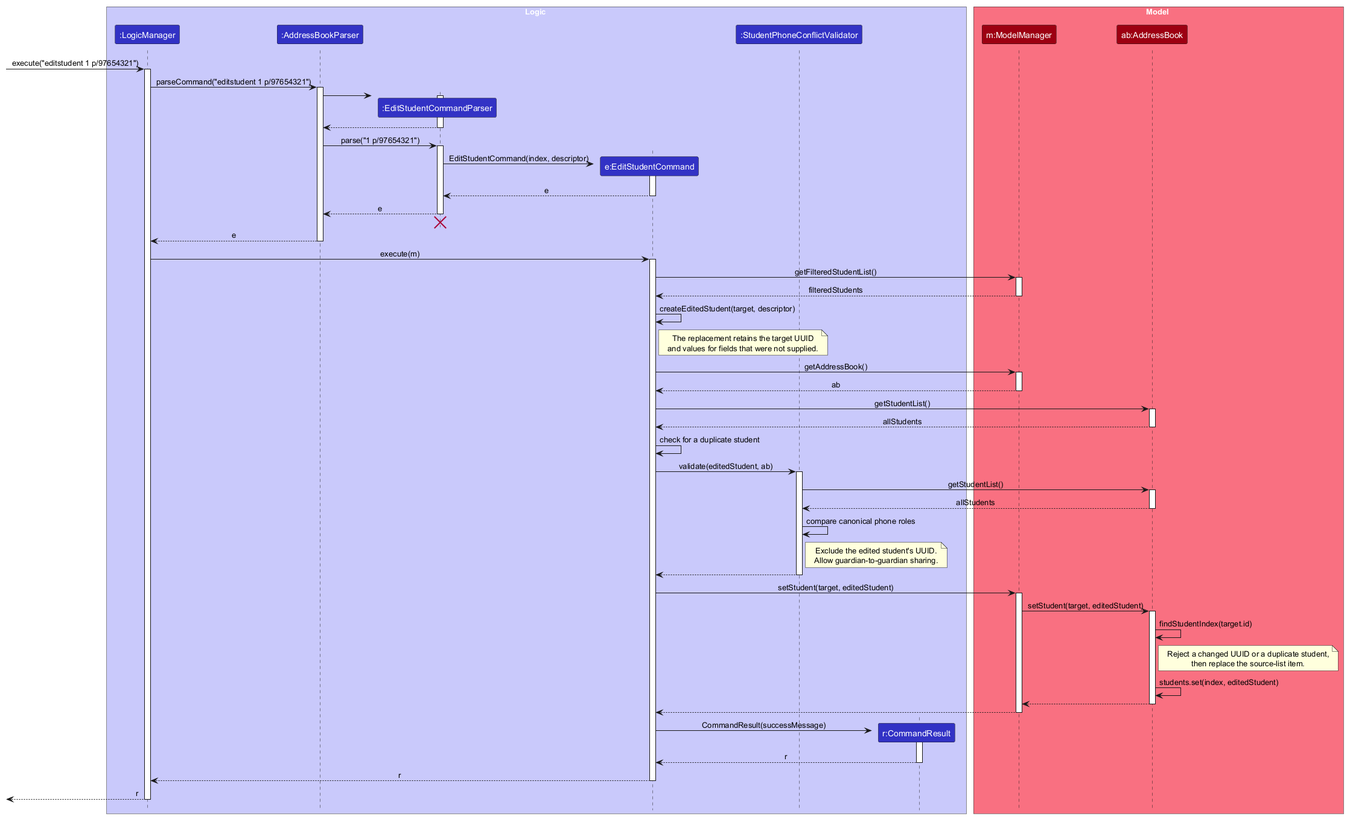
This is docs/images/EditStudentSequenceDiagram.png from AY2627S1-CS2103T-F13-1/tp, a PlantUML export, as it was before one commit. Its diagram source:
```plantuml
@startuml
!include style.puml
skinparam ArrowFontStyle plain

box Logic LOGIC_COLOR_T1
participant ":LogicManager" as LogicManager LOGIC_COLOR
participant ":AddressBookParser" as AddressBookParser LOGIC_COLOR
participant ":EditStudentCommandParser" as EditStudentCommandParser LOGIC_COLOR
participant "e:EditStudentCommand" as EditStudentCommand LOGIC_COLOR
participant ":StudentPhoneConflictValidator" as StudentPhoneConflictValidator LOGIC_COLOR
participant "r:CommandResult" as CommandResult LOGIC_COLOR
end box

box Model MODEL_COLOR_T1
participant "m:ModelManager" as ModelManager MODEL_COLOR
participant "ab:AddressBook" as AddressBook MODEL_COLOR
end box

[-> LogicManager : execute("editstudent 1 p/97654321")
activate LogicManager

LogicManager -> AddressBookParser : parseCommand("editstudent 1 p/97654321")
activate AddressBookParser

create EditStudentCommandParser
AddressBookParser -> EditStudentCommandParser
activate EditStudentCommandParser
EditStudentCommandParser --> AddressBookParser
deactivate EditStudentCommandParser

AddressBookParser -> EditStudentCommandParser : parse("1 p/97654321")
activate EditStudentCommandParser

create EditStudentCommand
EditStudentCommandParser -> EditStudentCommand : EditStudentCommand(index, descriptor)
activate EditStudentCommand
EditStudentCommand --> EditStudentCommandParser : e
deactivate EditStudentCommand

EditStudentCommandParser --> AddressBookParser : e
deactivate EditStudentCommandParser
EditStudentCommandParser -[hidden]-> AddressBookParser
destroy EditStudentCommandParser

AddressBookParser --> LogicManager : e
deactivate AddressBookParser

LogicManager -> EditStudentCommand : execute(m)
activate EditStudentCommand

EditStudentCommand -> ModelManager : getFilteredStudentList()
activate ModelManager
ModelManager --> EditStudentCommand : filteredStudents
deactivate ModelManager

EditStudentCommand -> EditStudentCommand : createEditedStudent(target, descriptor)
note right of EditStudentCommand
  The replacement retains the target UUID
  and values for fields that were not supplied.
end note

EditStudentCommand -> ModelManager : getAddressBook()
activate ModelManager
ModelManager --> EditStudentCommand : ab
deactivate ModelManager
EditStudentCommand -> AddressBook : getStudentList()
activate AddressBook
AddressBook --> EditStudentCommand : allStudents
deactivate AddressBook
EditStudentCommand -> EditStudentCommand : check for a duplicate student

EditStudentCommand -> StudentPhoneConflictValidator : validate(editedStudent, ab)
activate StudentPhoneConflictValidator
StudentPhoneConflictValidator -> AddressBook : getStudentList()
activate AddressBook
AddressBook --> StudentPhoneConflictValidator : allStudents
deactivate AddressBook
StudentPhoneConflictValidator -> StudentPhoneConflictValidator : compare canonical phone roles
note right of StudentPhoneConflictValidator
  Exclude the edited student's UUID.
  Allow guardian-to-guardian sharing.
end note
StudentPhoneConflictValidator --> EditStudentCommand
deactivate StudentPhoneConflictValidator

EditStudentCommand -> ModelManager : setStudent(target, editedStudent)
activate ModelManager
ModelManager -> AddressBook : setStudent(target, editedStudent)
activate AddressBook
AddressBook -> AddressBook : findStudentIndex(target.id)
note right of AddressBook
  Reject a changed UUID or a duplicate student,
  then replace the source-list item.
end note
AddressBook -> AddressBook : students.set(index, editedStudent)
AddressBook --> ModelManager
deactivate AddressBook
ModelManager --> EditStudentCommand
deactivate ModelManager

create CommandResult
EditStudentCommand -> CommandResult : CommandResult(successMessage)
activate CommandResult
CommandResult --> EditStudentCommand : r
deactivate CommandResult

EditStudentCommand --> LogicManager : r
deactivate EditStudentCommand

[<-- LogicManager : r
deactivate LogicManager
@enduml
```
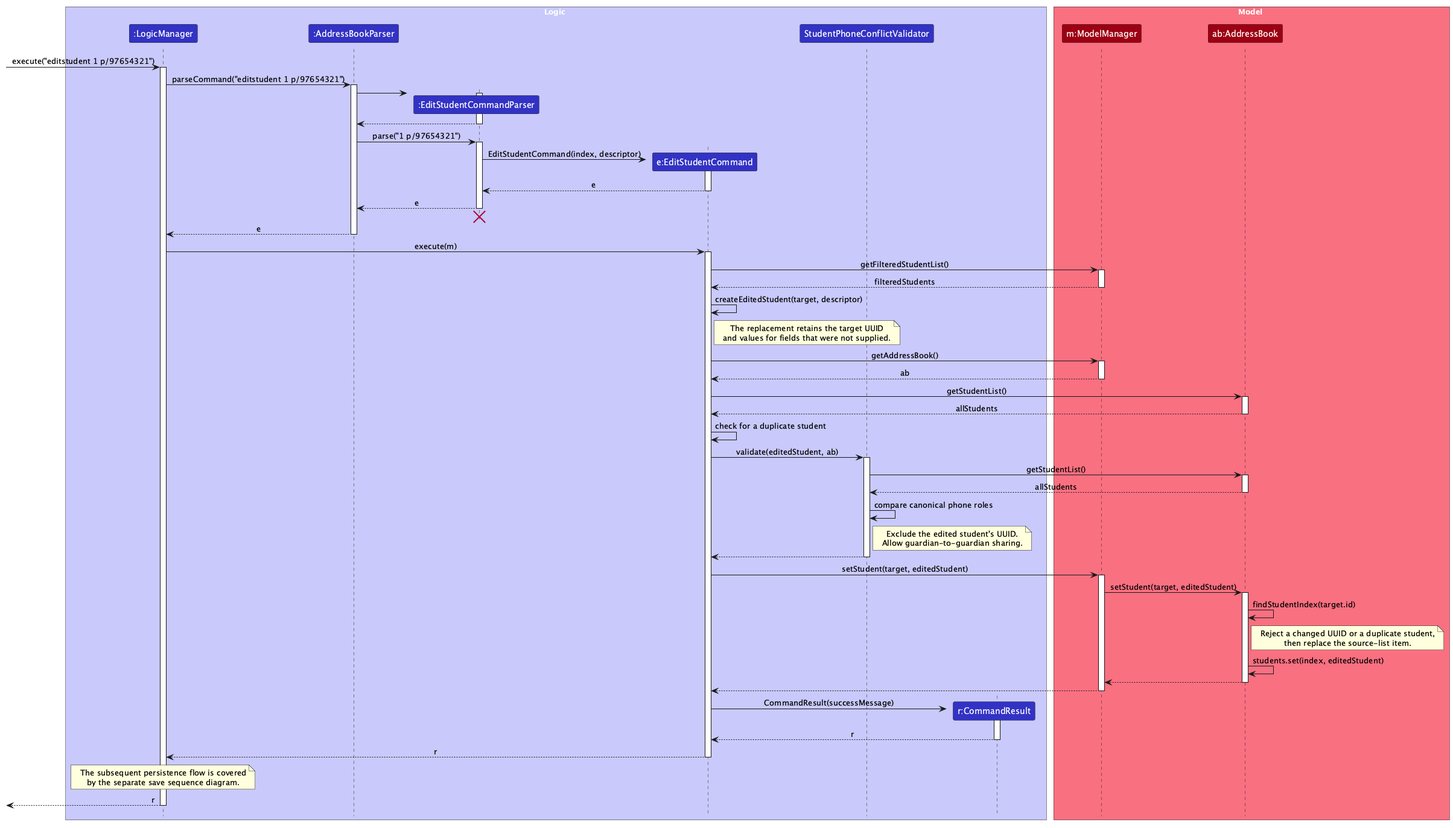
The same file after the commit.

Commit message:
Correct edit student documentation

Diff of the diagram source:
```diff
@@ -7,7 +7,7 @@
 participant ":AddressBookParser" as AddressBookParser LOGIC_COLOR
 participant ":EditStudentCommandParser" as EditStudentCommandParser LOGIC_COLOR
 participant "e:EditStudentCommand" as EditStudentCommand LOGIC_COLOR
-participant ":StudentPhoneConflictValidator" as StudentPhoneConflictValidator LOGIC_COLOR
+participant "StudentPhoneConflictValidator" as StudentPhoneConflictValidator LOGIC_COLOR
 participant "r:CommandResult" as CommandResult LOGIC_COLOR
 end box
 
@@ -107,6 +107,11 @@
 EditStudentCommand --> LogicManager : r
 deactivate EditStudentCommand
 
+note over LogicManager
+  The subsequent persistence flow is covered
+  by the separate save sequence diagram.
+end note
+
 [<-- LogicManager : r
 deactivate LogicManager
 @enduml
```
